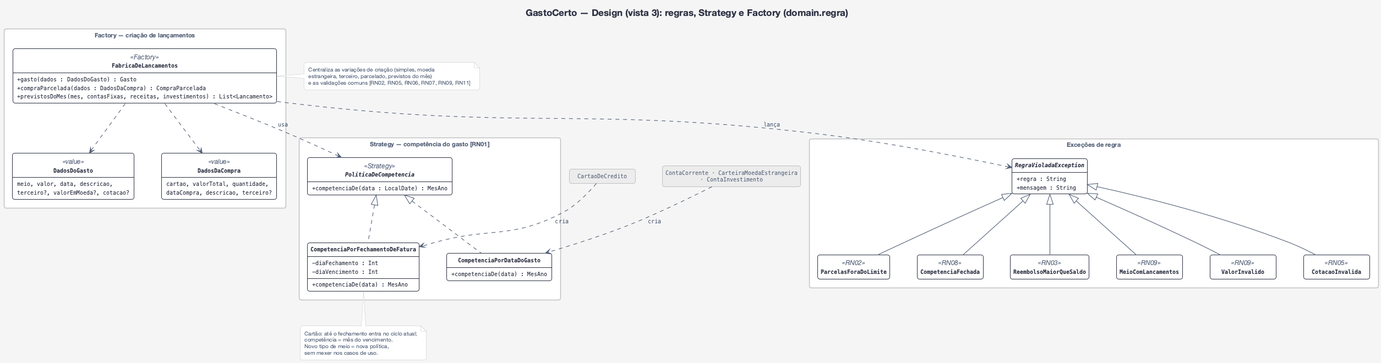
This is docs/uml/design-3-regras.png from gabrielfbarbosa/gasto-certo, a PlantUML export, as it was before one commit.
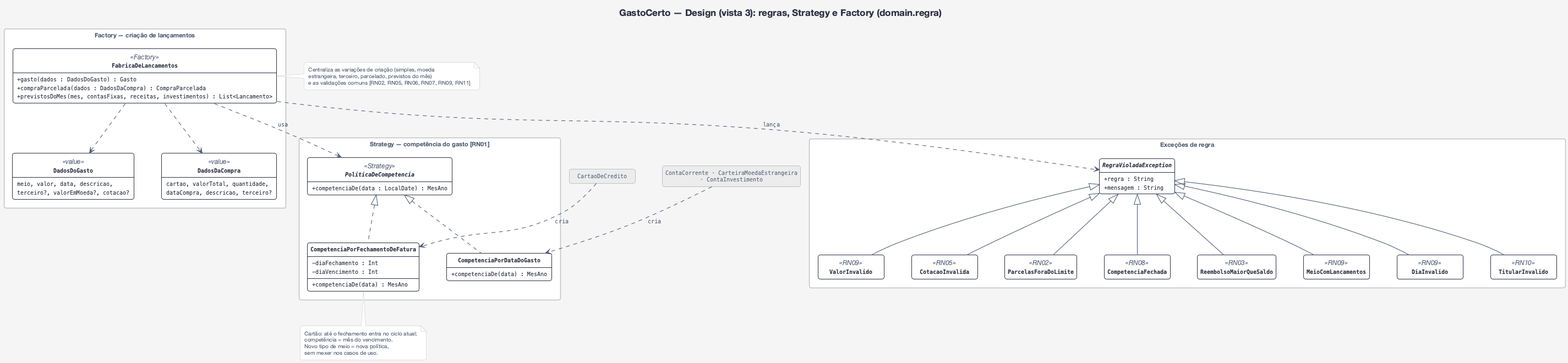
After the change.

What changed in the source:
```diff
@@ -46,6 +46,8 @@
   class CompetenciaFechada <<RN08>>
   class ReembolsoMaiorQueSaldo <<RN03>>
   class MeioComLancamentos <<RN09>>
+  class DiaInvalido <<RN09>>
+  class TitularInvalido <<RN10>>
 }
 class "CartaoDeCredito" as Cartao <<ref>>
 class "ContaCorrente · CarteiraMoedaEstrangeira\n· ContaInvestimento" as Outros <<ref>>
@@ -64,6 +66,8 @@
 RegraVioladaException <|-- CompetenciaFechada
 RegraVioladaException <|-- ReembolsoMaiorQueSaldo
 RegraVioladaException <|-- MeioComLancamentos
+RegraVioladaException <|-- DiaInvalido
+RegraVioladaException <|-- TitularInvalido
 
 note bottom of CompetenciaPorFechamentoDeFatura
   Cartão: até o fechamento entra no ciclo atual;
```
